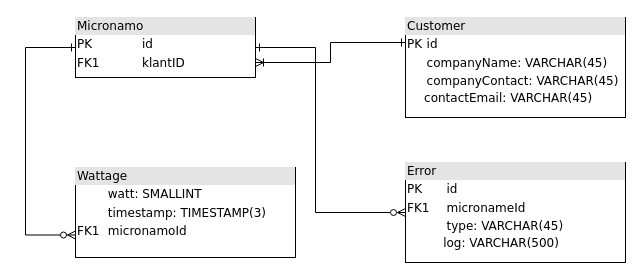
Above: Micronamo_Database.drawio in Aventicity/webserverturnthatintoenergy (draw.io), before the change. Source tidied: cells renumbered, new cells numbered last; positions are measured from the earlier drawing's top-left corner, leaving out a move shared by most shapes. Both pictures are drawn from the tidied source at 100%, with x=0, y=0 at pixel (25, 17).
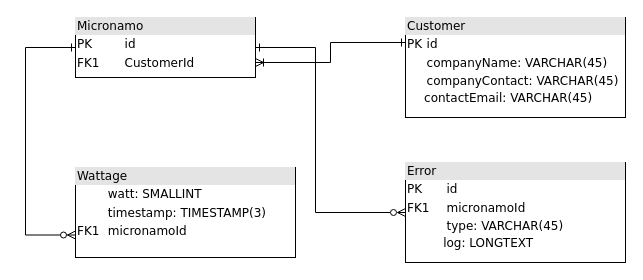
The same diagram, later.

Change to the diagram source:
```diff
@@
 <mxGraphModel>
   <root>
     <mxCell id="0" />
     <mxCell id="1" parent="0" />
     <mxCell id="2" style="edgeStyle=orthogonalEdgeStyle;rounded=0;jettySize=auto;html=1;entryX=0;entryY=0.25;entryDx=0;entryDy=0;exitX=1;exitY=0.75;exitDx=0;exitDy=0;endArrow=ERone;endFill=0;startArrow=ERoneToMany;startFill=0;" parent="1" edge="1" source="4" target="6">
       <mxGeometry relative="1" as="geometry">
         <Array as="points">
           <mxPoint x="305" y="45" />
           <mxPoint x="305" y="25" />
         </Array>
       </mxGeometry>
     </mxCell>
     <mxCell id="3" style="edgeStyle=orthogonalEdgeStyle;rounded=0;jettySize=auto;html=1;entryX=0;entryY=0.75;entryDx=0;entryDy=0;startArrow=ERone;startFill=0;endArrow=ERzeroToMany;endFill=0;" parent="1" edge="1" source="4" target="5">
       <mxGeometry relative="1" as="geometry">
         <Array as="points">
           <mxPoint y="30" />
           <mxPoint y="217" />
         </Array>
       </mxGeometry>
     </mxCell>
-    <mxCell id="4" value="&lt;div style=&quot;box-sizing:border-box;width:100%;background:#e4e4e4;padding:2px;&quot;&gt;Micronamo&lt;/div&gt;&lt;table style=&quot;width:100%;font-size:1em;&quot; cellpadding=&quot;2&quot; cellspacing=&quot;0&quot;&gt;&lt;tbody&gt;&lt;tr&gt;&lt;td&gt;PK&lt;/td&gt;&lt;td&gt;id&lt;/td&gt;&lt;/tr&gt;&lt;tr&gt;&lt;td&gt;FK1&lt;/td&gt;&lt;td&gt;klantID&lt;/td&gt;&lt;/tr&gt;&lt;tr&gt;&lt;td&gt;&lt;br&gt;&lt;/td&gt;&lt;td&gt;&lt;br&gt;&lt;/td&gt;&lt;/tr&gt;&lt;/tbody&gt;&lt;/table&gt;" style="verticalAlign=top;align=left;overflow=fill;html=1;rounded=0;shadow=0;comic=0;labelBackgroundColor=none;strokeWidth=1;fontFamily=Verdana;fontSize=12;" parent="1" vertex="1">
+    <mxCell id="4" value="&lt;div style=&quot;box-sizing:border-box;width:100%;background:#e4e4e4;padding:2px;&quot;&gt;Micronamo&lt;/div&gt;&lt;table style=&quot;width:100%;font-size:1em;&quot; cellpadding=&quot;2&quot; cellspacing=&quot;0&quot;&gt;&lt;tbody&gt;&lt;tr&gt;&lt;td&gt;PK&lt;/td&gt;&lt;td&gt;id&lt;/td&gt;&lt;/tr&gt;&lt;tr&gt;&lt;td&gt;FK1&lt;/td&gt;&lt;td&gt;CustomerId&lt;/td&gt;&lt;/tr&gt;&lt;tr&gt;&lt;td&gt;&lt;br&gt;&lt;/td&gt;&lt;td&gt;&lt;br&gt;&lt;/td&gt;&lt;/tr&gt;&lt;/tbody&gt;&lt;/table&gt;" style="verticalAlign=top;align=left;overflow=fill;html=1;rounded=0;shadow=0;comic=0;labelBackgroundColor=none;strokeWidth=1;fontFamily=Verdana;fontSize=12;" parent="1" vertex="1">
       <mxGeometry x="50" width="180" height="60" as="geometry" />
     </mxCell>
     <mxCell id="5" value="&lt;div style=&quot;box-sizing:border-box;width:100%;background:#e4e4e4;padding:2px;&quot;&gt;Wattage&lt;/div&gt;&lt;table style=&quot;width:100%;font-size:1em;&quot; cellpadding=&quot;2&quot; cellspacing=&quot;0&quot;&gt;&lt;tbody&gt;&lt;tr&gt;&lt;td&gt;&lt;br&gt;&lt;/td&gt;&lt;td&gt;watt: SMALLINT&lt;/td&gt;&lt;/tr&gt;&lt;tr&gt;&lt;td&gt;&lt;br&gt;&lt;/td&gt;&lt;td&gt;timestamp: TIMESTAMP(3)&lt;/td&gt;&lt;/tr&gt;&lt;tr&gt;&lt;td&gt;FK1&lt;/td&gt;&lt;td&gt;micronamoId&lt;/td&gt;&lt;/tr&gt;&lt;/tbody&gt;&lt;/table&gt;" style="verticalAlign=top;align=left;overflow=fill;html=1;rounded=0;shadow=0;comic=0;labelBackgroundColor=none;strokeWidth=1;fontFamily=Verdana;fontSize=12;" parent="1" vertex="1">
       <mxGeometry x="50" y="150" width="220" height="90" as="geometry" />
     </mxCell>
     <mxCell id="6" value="&lt;div style=&quot;box-sizing:border-box;width:100%;background:#e4e4e4;padding:2px;&quot;&gt;Customer&lt;/div&gt;&lt;table style=&quot;width:100%;font-size:1em;&quot; cellpadding=&quot;2&quot; cellspacing=&quot;0&quot;&gt;&lt;tbody&gt;&lt;tr&gt;&lt;td&gt;PK&lt;/td&gt;&lt;td&gt;id&lt;/td&gt;&lt;/tr&gt;&lt;tr&gt;&lt;td&gt;&lt;br&gt;&lt;/td&gt;&lt;td&gt;companyName: VARCHAR(45)&lt;/td&gt;&lt;/tr&gt;&lt;tr&gt;&lt;td&gt;&lt;/td&gt;&lt;td&gt;companyContact: VARCHAR(45)&lt;/td&gt;&lt;/tr&gt;&lt;/tbody&gt;&lt;/table&gt;&amp;nbsp; &amp;nbsp; &amp;nbsp;contactEmail: VARCHAR(45)&lt;br&gt;" style="verticalAlign=top;align=left;overflow=fill;html=1;rounded=0;shadow=0;comic=0;labelBackgroundColor=none;strokeWidth=1;fontFamily=Verdana;fontSize=12;" parent="1" vertex="1">
       <mxGeometry x="380" width="220" height="100" as="geometry" />
     </mxCell>
     <mxCell id="7" style="edgeStyle=orthogonalEdgeStyle;rounded=0;jettySize=auto;html=1;entryX=1;entryY=0.5;entryDx=0;entryDy=0;startArrow=ERzeroToMany;startFill=0;endArrow=ERone;endFill=0;" parent="1" edge="1" source="8" target="4">
       <mxGeometry relative="1" as="geometry">
         <Array as="points">
           <mxPoint x="290" y="195" />
           <mxPoint x="290" y="30" />
         </Array>
       </mxGeometry>
     </mxCell>
-    <mxCell id="8" value="&lt;div style=&quot;box-sizing:border-box;width:100%;background:#e4e4e4;padding:2px;&quot;&gt;Error&lt;/div&gt;&lt;table style=&quot;width:100%;font-size:1em;&quot; cellpadding=&quot;2&quot; cellspacing=&quot;0&quot;&gt;&lt;tbody&gt;&lt;tr&gt;&lt;td&gt;PK&lt;/td&gt;&lt;td&gt;id&lt;/td&gt;&lt;/tr&gt;&lt;tr&gt;&lt;td&gt;FK1&lt;/td&gt;&lt;td&gt;micronameId&lt;/td&gt;&lt;/tr&gt;&lt;tr&gt;&lt;td&gt;&lt;/td&gt;&lt;td&gt;type: VARCHAR(45)&lt;/td&gt;&lt;/tr&gt;&lt;/tbody&gt;&lt;/table&gt;&amp;nbsp; &amp;nbsp; &amp;nbsp; &amp;nbsp; &amp;nbsp; log: VARCHAR(500)" style="verticalAlign=top;align=left;overflow=fill;html=1;rounded=0;shadow=0;comic=0;labelBackgroundColor=none;strokeWidth=1;fontFamily=Verdana;fontSize=12;" parent="1" vertex="1">
+    <mxCell id="8" value="&lt;div style=&quot;box-sizing:border-box;width:100%;background:#e4e4e4;padding:2px;&quot;&gt;Error&lt;/div&gt;&lt;table style=&quot;width:100%;font-size:1em;&quot; cellpadding=&quot;2&quot; cellspacing=&quot;0&quot;&gt;&lt;tbody&gt;&lt;tr&gt;&lt;td&gt;PK&lt;/td&gt;&lt;td&gt;id&lt;/td&gt;&lt;/tr&gt;&lt;tr&gt;&lt;td&gt;FK1&lt;/td&gt;&lt;td&gt;micronamoId&lt;/td&gt;&lt;/tr&gt;&lt;tr&gt;&lt;td&gt;&lt;/td&gt;&lt;td&gt;type: VARCHAR(45)&lt;/td&gt;&lt;/tr&gt;&lt;/tbody&gt;&lt;/table&gt;&amp;nbsp; &amp;nbsp; &amp;nbsp; &amp;nbsp; &amp;nbsp; log: LONGTEXT" style="verticalAlign=top;align=left;overflow=fill;html=1;rounded=0;shadow=0;comic=0;labelBackgroundColor=none;strokeWidth=1;fontFamily=Verdana;fontSize=12;" parent="1" vertex="1">
       <mxGeometry x="380" y="145" width="220" height="100" as="geometry" />
     </mxCell>
   </root>
 </mxGraphModel>
```
